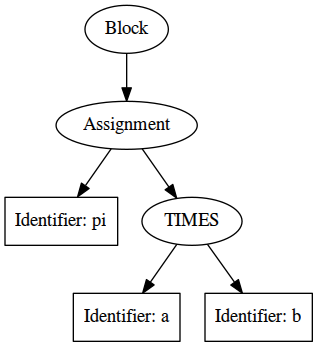
khashf/compyler keeps this Graphviz diagram as ast_experiment/tree.png. Above is the earlier version. Its source is kept beside it as ast_experiment/tree.gv.
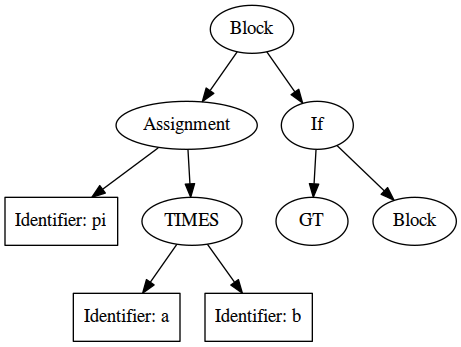
Later version of the same file.

The edit, as a diff of the source:
```diff
@@ -10,4 +10,10 @@
 	root_0_right_left [shape=box,label="Identifier: a"]
 	root_0_right -> root_0_right_right;
 	root_0_right_right [shape=box,label="Identifier: b"]
+	root -> root_1;
+	root_1 [label="If"]
+	root_1 -> root_1_cond;
+	root_1_cond [label="GT"]
+	root_1 -> root_1_if;
+	root_1_if [label="Block"]
 }
```
